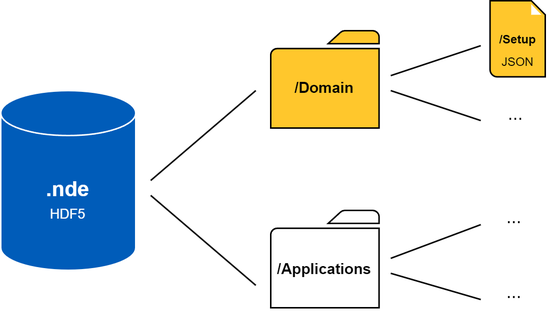
Earlier version of the draw.io export 4.0-prerelease/assets/images/4.0/nde_scope.png (Evident-Industrial/NDE_Open_File_Format). Source tidied: cells renumbered, new cells last; positions are measured from the earlier drawing's top-left corner, leaving out a move shared by most shapes. The source it was exported from:
```xml
<mxGraphModel>
  <root>
    <mxCell id="0" />
    <mxCell id="1" parent="0" />
    <mxCell id="2" value="&lt;b&gt;&lt;font color=&quot;#ffffff&quot; style=&quot;font-size: 14px;&quot;&gt;.nde&lt;/font&gt;&lt;/b&gt;&lt;div&gt;&lt;div&gt;&lt;font color=&quot;#ffffff&quot; style=&quot;font-size: 9px;&quot;&gt;HDF5&lt;/font&gt;&lt;/div&gt;&lt;/div&gt;" style="shape=cylinder3;whiteSpace=wrap;html=1;boundedLbl=1;backgroundOutline=1;size=15;fillColor=#005CB9;strokeColor=#FFFFFF;" parent="1" vertex="1">
      <mxGeometry y="60" width="90" height="120" as="geometry" />
    </mxCell>
    <mxCell id="3" style="sketch=0;shadow=0;dashed=0;html=1;strokeColor=#000000;labelPosition=center;verticalLabelPosition=bottom;verticalAlign=top;align=center;shape=mxgraph.office.concepts.folder;fillColor=#FFFFFF;" parent="1" vertex="1">
      <mxGeometry x="180" y="140" width="72.2" height="65" as="geometry" />
    </mxCell>
    <mxCell id="4" style="sketch=0;shadow=0;dashed=0;html=1;strokeColor=#000000;labelPosition=center;verticalLabelPosition=bottom;verticalAlign=top;align=center;shape=mxgraph.office.concepts.folder;fillColor=#FFC72C;" parent="1" vertex="1">
      <mxGeometry x="180" y="20" width="72.2" height="65" as="geometry" />
    </mxCell>
    <mxCell id="5" value="&lt;font style=&quot;font-size: 10px;&quot;&gt;&lt;b&gt;/Applications&lt;/b&gt;&lt;/font&gt;" style="text;html=1;align=center;verticalAlign=middle;whiteSpace=wrap;rounded=0;" parent="1" vertex="1">
      <mxGeometry x="184.2" y="164" width="63.9" height="30" as="geometry" />
    </mxCell>
    <mxCell id="6" value="&lt;font style=&quot;font-size: 10px;&quot;&gt;&lt;b&gt;/Domain&lt;/b&gt;&lt;/font&gt;" style="text;html=1;align=center;verticalAlign=middle;whiteSpace=wrap;rounded=0;" parent="1" vertex="1">
      <mxGeometry x="184.2" y="42.8" width="63.9" height="30" as="geometry" />
    </mxCell>
    <mxCell id="7" style="shadow=0;dashed=0;html=1;strokeColor=#000000;fillColor=#ffc72c;labelPosition=center;verticalLabelPosition=bottom;verticalAlign=top;align=center;shape=mxgraph.veeam.2d.file;" parent="1" vertex="1">
      <mxGeometry x="326.2" width="36.8" height="50.8" as="geometry" />
    </mxCell>
    <mxCell id="8" style="endArrow=none;html=1;rounded=0;" parent="1" edge="1">
      <mxGeometry relative="1" as="geometry">
        <mxPoint x="100" y="120" as="sourcePoint" />
        <mxPoint x="170" y="60" as="targetPoint" />
      </mxGeometry>
    </mxCell>
    <mxCell id="9" style="endArrow=none;html=1;rounded=0;" parent="1" edge="1">
      <mxGeometry relative="1" as="geometry">
        <mxPoint x="100" y="130" as="sourcePoint" />
        <mxPoint x="170" y="190" as="targetPoint" />
      </mxGeometry>
    </mxCell>
    <mxCell id="10" value="&lt;font style=&quot;font-size: 8px;&quot;&gt;&lt;b&gt;/Setup&lt;/b&gt;&lt;/font&gt;&lt;div&gt;&lt;font style=&quot;font-size: 8px;&quot;&gt;JSON&lt;/font&gt;&lt;/div&gt;" style="text;html=1;align=center;verticalAlign=middle;whiteSpace=wrap;rounded=0;" parent="1" vertex="1">
      <mxGeometry x="325" y="16.8" width="40" height="30" as="geometry" />
    </mxCell>
    <mxCell id="11" style="endArrow=none;html=1;rounded=0;" parent="1" edge="1">
      <mxGeometry relative="1" as="geometry">
        <mxPoint x="260" y="50" as="sourcePoint" />
        <mxPoint x="320" y="30" as="targetPoint" />
      </mxGeometry>
    </mxCell>
    <mxCell id="12" style="endArrow=none;html=1;rounded=0;" parent="1" edge="1">
      <mxGeometry relative="1" as="geometry">
        <mxPoint x="260" y="60" as="sourcePoint" />
        <mxPoint x="320" y="80" as="targetPoint" />
      </mxGeometry>
    </mxCell>
    <mxCell id="13" value="..." style="text;html=1;align=center;verticalAlign=middle;whiteSpace=wrap;rounded=0;" parent="1" vertex="1">
      <mxGeometry x="326" y="61" width="35" height="30" as="geometry" />
    </mxCell>
    <mxCell id="14" style="endArrow=none;html=1;rounded=0;" parent="1" edge="1">
      <mxGeometry relative="1" as="geometry">
        <mxPoint x="260" y="172" as="sourcePoint" />
        <mxPoint x="320" y="149.5" as="targetPoint" />
      </mxGeometry>
    </mxCell>
    <mxCell id="15" style="endArrow=none;html=1;rounded=0;" parent="1" edge="1">
      <mxGeometry relative="1" as="geometry">
        <mxPoint x="260" y="182" as="sourcePoint" />
        <mxPoint x="320" y="199.5" as="targetPoint" />
      </mxGeometry>
    </mxCell>
    <mxCell id="16" value="..." style="text;html=1;align=center;verticalAlign=middle;whiteSpace=wrap;rounded=0;" parent="1" vertex="1">
      <mxGeometry x="325" y="130" width="35" height="30" as="geometry" />
    </mxCell>
    <mxCell id="17" value="..." style="text;html=1;align=center;verticalAlign=middle;whiteSpace=wrap;rounded=0;" parent="1" vertex="1">
      <mxGeometry x="325" y="180" width="35" height="30" as="geometry" />
    </mxCell>
  </root>
</mxGraphModel>
```
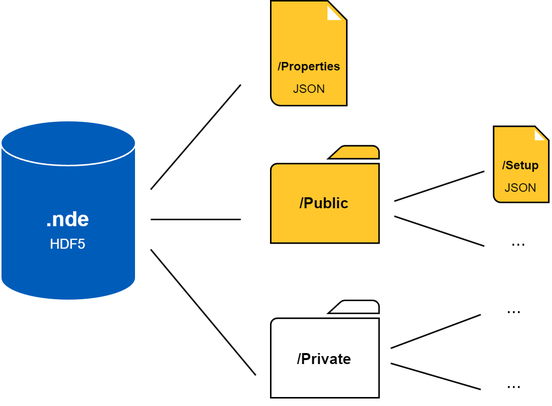
After the change.

The edit, as a diff of the source:
```diff
@@ -3,70 +3,82 @@
     <mxCell id="0" />
     <mxCell id="1" parent="0" />
     <mxCell id="2" value="&lt;b&gt;&lt;font color=&quot;#ffffff&quot; style=&quot;font-size: 14px;&quot;&gt;.nde&lt;/font&gt;&lt;/b&gt;&lt;div&gt;&lt;div&gt;&lt;font color=&quot;#ffffff&quot; style=&quot;font-size: 9px;&quot;&gt;HDF5&lt;/font&gt;&lt;/div&gt;&lt;/div&gt;" style="shape=cylinder3;whiteSpace=wrap;html=1;boundedLbl=1;backgroundOutline=1;size=15;fillColor=#005CB9;strokeColor=#FFFFFF;" parent="1" vertex="1">
-      <mxGeometry y="60" width="90" height="120" as="geometry" />
+      <mxGeometry y="34" width="90" height="120" as="geometry" />
     </mxCell>
     <mxCell id="3" style="sketch=0;shadow=0;dashed=0;html=1;strokeColor=#000000;labelPosition=center;verticalLabelPosition=bottom;verticalAlign=top;align=center;shape=mxgraph.office.concepts.folder;fillColor=#FFFFFF;" parent="1" vertex="1">
-      <mxGeometry x="180" y="140" width="72.2" height="65" as="geometry" />
+      <mxGeometry x="180" y="154" width="72.2" height="65" as="geometry" />
     </mxCell>
     <mxCell id="4" style="sketch=0;shadow=0;dashed=0;html=1;strokeColor=#000000;labelPosition=center;verticalLabelPosition=bottom;verticalAlign=top;align=center;shape=mxgraph.office.concepts.folder;fillColor=#FFC72C;" parent="1" vertex="1">
-      <mxGeometry x="180" y="20" width="72.2" height="65" as="geometry" />
+      <mxGeometry x="180" y="50.8" width="72.2" height="65" as="geometry" />
     </mxCell>
-    <mxCell id="5" value="&lt;font style=&quot;font-size: 10px;&quot;&gt;&lt;b&gt;/Applications&lt;/b&gt;&lt;/font&gt;" style="text;html=1;align=center;verticalAlign=middle;whiteSpace=wrap;rounded=0;" parent="1" vertex="1">
-      <mxGeometry x="184.2" y="164" width="63.9" height="30" as="geometry" />
+    <mxCell id="5" value="&lt;font style=&quot;font-size: 10px;&quot;&gt;&lt;b&gt;/Private&lt;/b&gt;&lt;/font&gt;" style="text;html=1;align=center;verticalAlign=middle;whiteSpace=wrap;rounded=0;" parent="1" vertex="1">
+      <mxGeometry x="184.2" y="178" width="63.9" height="30" as="geometry" />
     </mxCell>
-    <mxCell id="6" value="&lt;font style=&quot;font-size: 10px;&quot;&gt;&lt;b&gt;/Domain&lt;/b&gt;&lt;/font&gt;" style="text;html=1;align=center;verticalAlign=middle;whiteSpace=wrap;rounded=0;" parent="1" vertex="1">
-      <mxGeometry x="184.2" y="42.8" width="63.9" height="30" as="geometry" />
+    <mxCell id="6" value="&lt;font style=&quot;font-size: 10px;&quot;&gt;&lt;b&gt;/Public&lt;/b&gt;&lt;/font&gt;" style="text;html=1;align=center;verticalAlign=middle;whiteSpace=wrap;rounded=0;" parent="1" vertex="1">
+      <mxGeometry x="184.2" y="73.6" width="63.9" height="30" as="geometry" />
     </mxCell>
     <mxCell id="7" style="shadow=0;dashed=0;html=1;strokeColor=#000000;fillColor=#ffc72c;labelPosition=center;verticalLabelPosition=bottom;verticalAlign=top;align=center;shape=mxgraph.veeam.2d.file;" parent="1" vertex="1">
-      <mxGeometry x="326.2" width="36.8" height="50.8" as="geometry" />
+      <mxGeometry x="328.6" y="37.8" width="36.8" height="50.8" as="geometry" />
     </mxCell>
     <mxCell id="8" style="endArrow=none;html=1;rounded=0;" parent="1" edge="1">
       <mxGeometry relative="1" as="geometry">
-        <mxPoint x="100" y="120" as="sourcePoint" />
-        <mxPoint x="170" y="60" as="targetPoint" />
+        <mxPoint x="100" y="100" as="sourcePoint" />
+        <mxPoint x="160" y="100" as="targetPoint" />
       </mxGeometry>
     </mxCell>
     <mxCell id="9" style="endArrow=none;html=1;rounded=0;" parent="1" edge="1">
       <mxGeometry relative="1" as="geometry">
-        <mxPoint x="100" y="130" as="sourcePoint" />
-        <mxPoint x="170" y="190" as="targetPoint" />
+        <mxPoint x="100" y="120" as="sourcePoint" />
+        <mxPoint x="170" y="204" as="targetPoint" />
       </mxGeometry>
     </mxCell>
     <mxCell id="10" value="&lt;font style=&quot;font-size: 8px;&quot;&gt;&lt;b&gt;/Setup&lt;/b&gt;&lt;/font&gt;&lt;div&gt;&lt;font style=&quot;font-size: 8px;&quot;&gt;JSON&lt;/font&gt;&lt;/div&gt;" style="text;html=1;align=center;verticalAlign=middle;whiteSpace=wrap;rounded=0;" parent="1" vertex="1">
-      <mxGeometry x="325" y="16.8" width="40" height="30" as="geometry" />
+      <mxGeometry x="327.4" y="54.6" width="40" height="30" as="geometry" />
     </mxCell>
     <mxCell id="11" style="endArrow=none;html=1;rounded=0;" parent="1" edge="1">
       <mxGeometry relative="1" as="geometry">
-        <mxPoint x="260" y="50" as="sourcePoint" />
-        <mxPoint x="320" y="30" as="targetPoint" />
+        <mxPoint x="262.4" y="87.8" as="sourcePoint" />
+        <mxPoint x="322.4" y="67.8" as="targetPoint" />
       </mxGeometry>
     </mxCell>
     <mxCell id="12" style="endArrow=none;html=1;rounded=0;" parent="1" edge="1">
       <mxGeometry relative="1" as="geometry">
-        <mxPoint x="260" y="60" as="sourcePoint" />
-        <mxPoint x="320" y="80" as="targetPoint" />
+        <mxPoint x="262.4" y="97.8" as="sourcePoint" />
+        <mxPoint x="322.4" y="117.8" as="targetPoint" />
       </mxGeometry>
     </mxCell>
     <mxCell id="13" value="..." style="text;html=1;align=center;verticalAlign=middle;whiteSpace=wrap;rounded=0;" parent="1" vertex="1">
-      <mxGeometry x="326" y="61" width="35" height="30" as="geometry" />
+      <mxGeometry x="328.4" y="98.8" width="35" height="30" as="geometry" />
     </mxCell>
     <mxCell id="14" style="endArrow=none;html=1;rounded=0;" parent="1" edge="1">
       <mxGeometry relative="1" as="geometry">
-        <mxPoint x="260" y="172" as="sourcePoint" />
-        <mxPoint x="320" y="149.5" as="targetPoint" />
+        <mxPoint x="260" y="186" as="sourcePoint" />
+        <mxPoint x="320" y="163.5" as="targetPoint" />
       </mxGeometry>
     </mxCell>
     <mxCell id="15" style="endArrow=none;html=1;rounded=0;" parent="1" edge="1">
       <mxGeometry relative="1" as="geometry">
-        <mxPoint x="260" y="182" as="sourcePoint" />
-        <mxPoint x="320" y="199.5" as="targetPoint" />
+        <mxPoint x="260" y="196" as="sourcePoint" />
+        <mxPoint x="320" y="213.5" as="targetPoint" />
       </mxGeometry>
     </mxCell>
     <mxCell id="16" value="..." style="text;html=1;align=center;verticalAlign=middle;whiteSpace=wrap;rounded=0;" parent="1" vertex="1">
-      <mxGeometry x="325" y="130" width="35" height="30" as="geometry" />
+      <mxGeometry x="325" y="144" width="35" height="30" as="geometry" />
     </mxCell>
     <mxCell id="17" value="..." style="text;html=1;align=center;verticalAlign=middle;whiteSpace=wrap;rounded=0;" parent="1" vertex="1">
-      <mxGeometry x="325" y="180" width="35" height="30" as="geometry" />
+      <mxGeometry x="325" y="194" width="35" height="30" as="geometry" />
     </mxCell>
+    <mxCell id="18" style="endArrow=none;html=1;rounded=0;" parent="1" edge="1">
+      <mxGeometry relative="1" as="geometry">
+        <mxPoint x="100" y="80" as="sourcePoint" />
+        <mxPoint x="160" y="10" as="targetPoint" />
+      </mxGeometry>
+    </mxCell>
+    <mxCell id="19" style="shadow=0;dashed=0;html=1;strokeColor=#000000;fillColor=#ffc72c;labelPosition=center;verticalLabelPosition=bottom;verticalAlign=top;align=center;shape=mxgraph.veeam.2d.file;" parent="1" vertex="1">
+      <mxGeometry x="180" y="-46" width="50.7" height="70" as="geometry" />
+    </mxCell>
+    <mxCell id="20" value="&lt;font style=&quot;font-size: 8px;&quot;&gt;&lt;b&gt;/Properties&lt;/b&gt;&lt;/font&gt;&lt;div&gt;&lt;font style=&quot;font-size: 8px;&quot;&gt;JSON&lt;/font&gt;&lt;/div&gt;" style="text;html=1;align=center;verticalAlign=middle;whiteSpace=wrap;rounded=0;" parent="1" vertex="1">
+      <mxGeometry x="186.2" y="-11" width="40" height="30" as="geometry" />
+    </mxCell>
   </root>
 </mxGraphModel>
```
